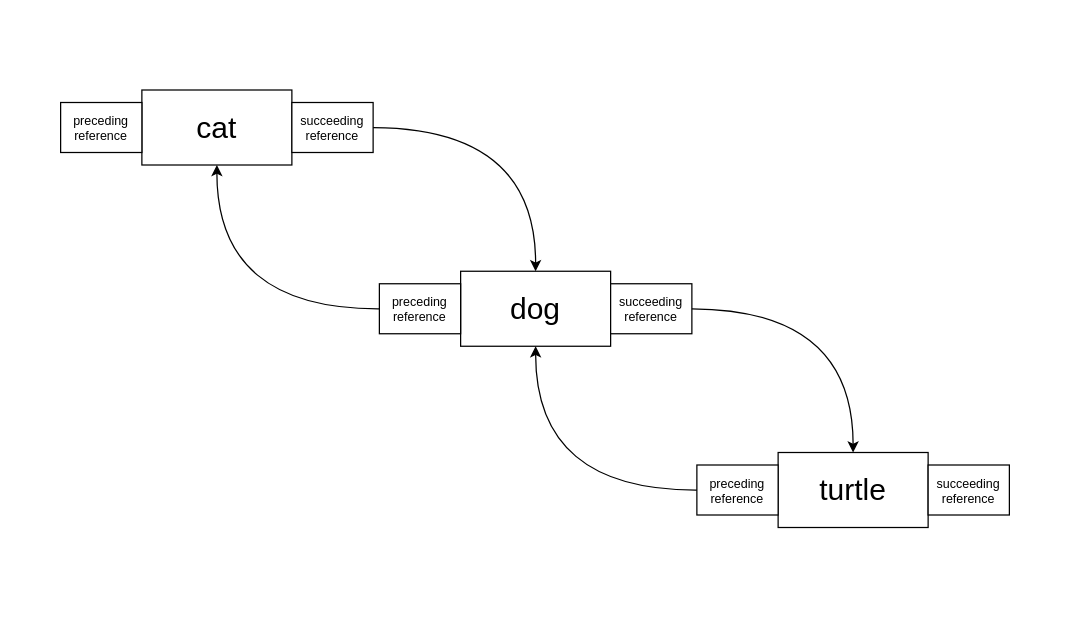
Before: img/forward-backward-references.drawio in jsdsl/doubly-linked-list, a draw.io diagram. Source tidied: cells renumbered, new cells numbered last; positions are measured from the earlier drawing's top-left corner, leaving out a move shared by most shapes. Both pictures are drawn from the tidied source at 125%, with x=0, y=0 at pixel (60, 89).
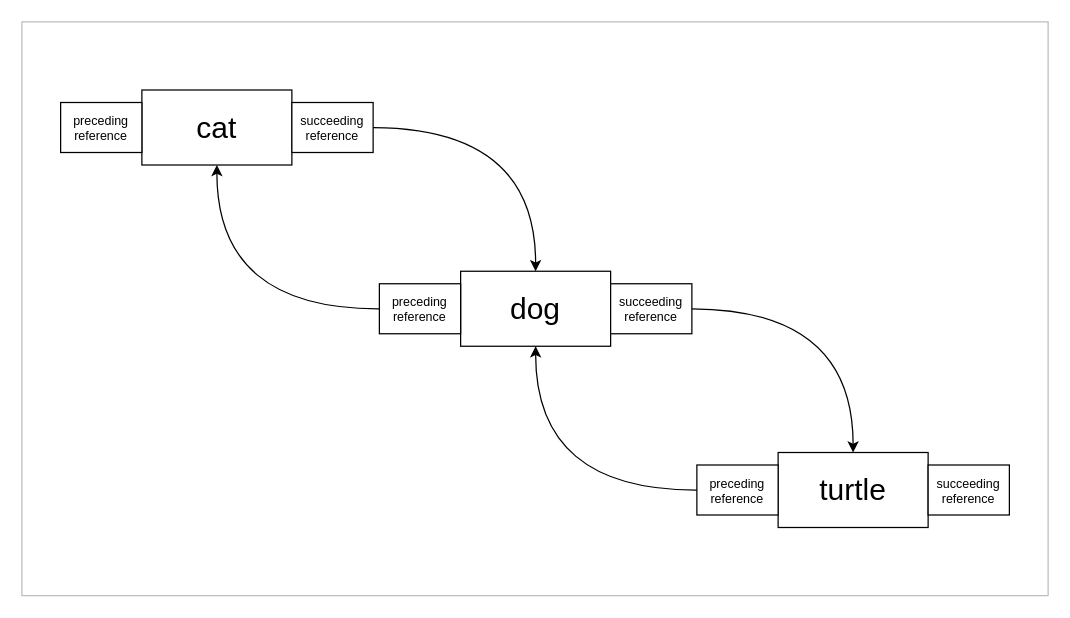
The same diagram, later.

Commit message (it also covers changes not shown here):
Updated forward-backward-references image.

What changed in the source:
```diff
@@
+    <mxCell id="19" style="rounded=0;whiteSpace=wrap;html=1;fontFamily=Fira Code;fontSize=10;fillColor=none;strokeColor=#BDBDBD;" parent="1" vertex="1">
+      <mxGeometry x="-31" y="-54" width="821" height="459" as="geometry" />
+    </mxCell>
```
